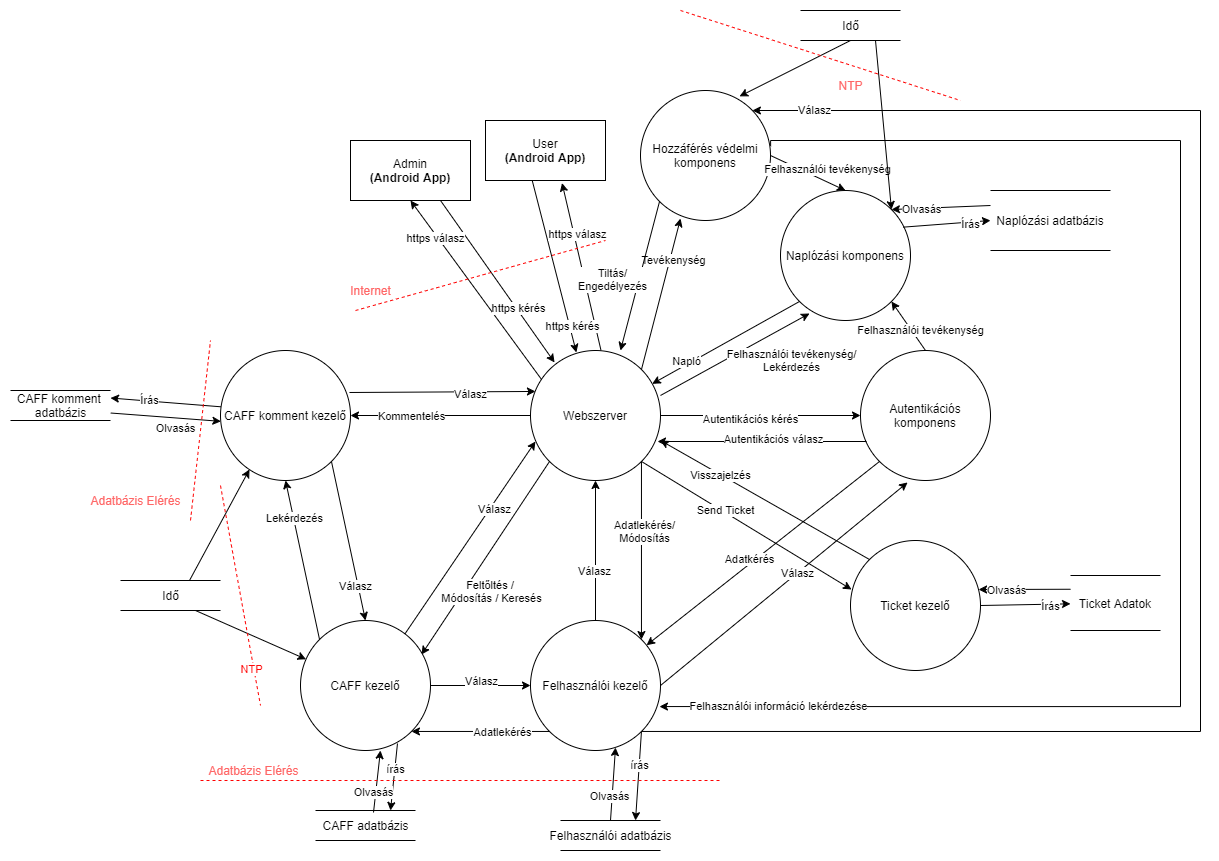
Earlier version of the draw.io export plans/DataFlow.drawio.png (zuper1998/SzamBiztHF). Source tidied: cells renumbered, new cells last; positions are measured from the earlier drawing's top-left corner, leaving out a move shared by most shapes.
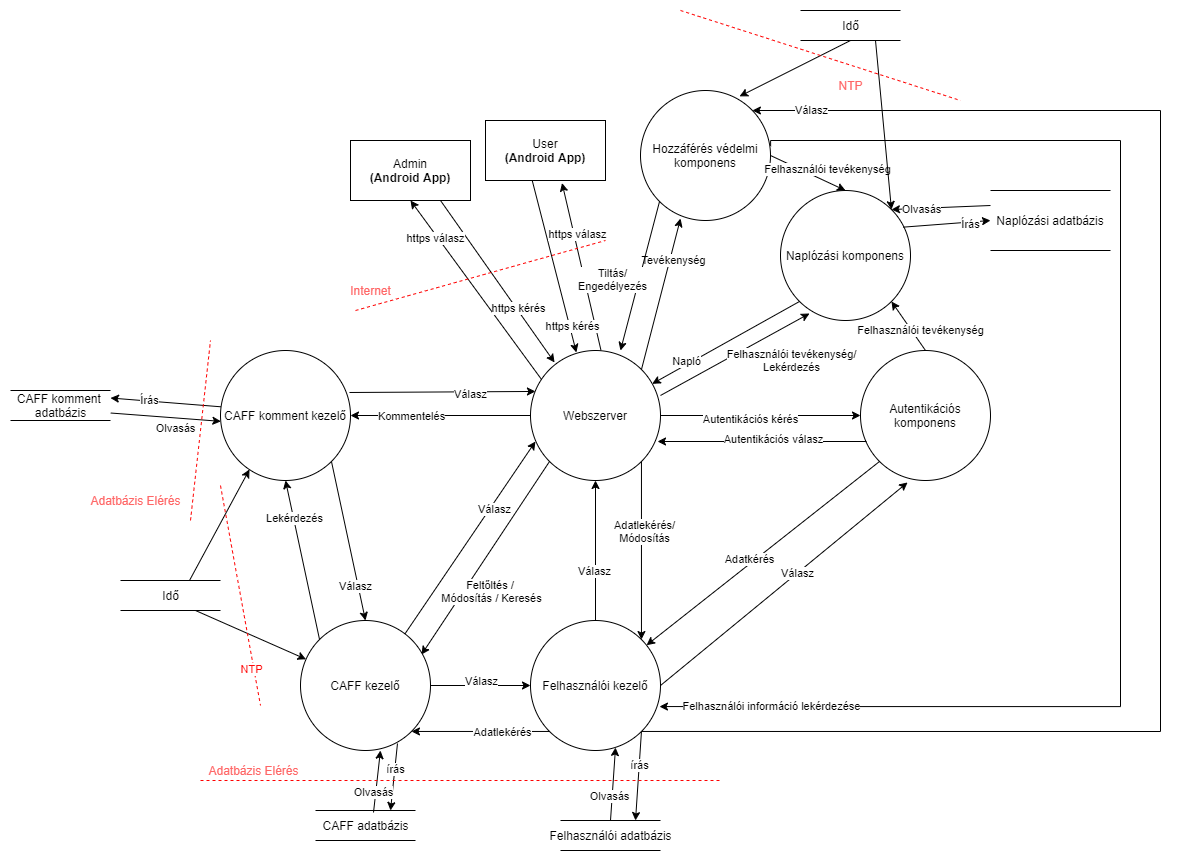
The same diagram one commit later.

The edit, as a diff of the source:
```diff
@@ -6,8 +6,8 @@
       <mxGeometry relative="1" as="geometry">
         <Array as="points">
           <mxPoint x="760" y="130" />
-          <mxPoint x="1170" y="130" />
-          <mxPoint x="1170" y="696" />
+          <mxPoint x="1110" y="130" />
+          <mxPoint x="1110" y="696" />
         </Array>
       </mxGeometry>
     </mxCell>
@@ -64,12 +64,6 @@
         <mxPoint x="24" y="21" as="offset" />
       </mxGeometry>
     </mxCell>
-    <mxCell id="18" style="edgeStyle=none;rounded=0;jettySize=auto;html=1;exitX=1;exitY=1;exitDx=0;exitDy=0;entryX=0.008;entryY=0.377;entryDx=0;entryDy=0;entryPerimeter=0;" parent="1" edge="1" source="20" target="99">
-      <mxGeometry relative="1" as="geometry" />
-    </mxCell>
-    <mxCell id="19" value="Send Ticket" style="edgeLabel;html=1;align=center;verticalAlign=middle;" parent="18" vertex="1">
-      <mxGeometry x="-0.21" y="2" relative="1" as="geometry" />
-    </mxCell>
     <mxCell id="20" value="Webszerver" style="ellipse;whiteSpace=wrap;html=1;" parent="1" vertex="1">
       <mxGeometry x="520" y="340" width="130" height="130" as="geometry" />
     </mxCell>
@@ -149,8 +143,8 @@
     <mxCell id="44" style="edgeStyle=orthogonalEdgeStyle;rounded=0;jettySize=auto;html=1;exitX=1;exitY=1;exitDx=0;exitDy=0;" parent="1" edge="1" source="46" target="4">
       <mxGeometry relative="1" as="geometry">
         <Array as="points">
-          <mxPoint x="1190" y="721" />
-          <mxPoint x="1190" y="100" />
+          <mxPoint x="1150" y="721" />
+          <mxPoint x="1150" y="100" />
         </Array>
       </mxGeometry>
     </mxCell>
@@ -329,32 +323,22 @@
     <mxCell id="94" value="NTP" style="edgeLabel;html=1;align=center;verticalAlign=middle;fontColor=#FF0808;" parent="93" vertex="1">
       <mxGeometry x="0.67" y="-3" relative="1" as="geometry" />
     </mxCell>
-    <mxCell id="95" style="edgeStyle=none;rounded=0;jettySize=auto;html=1;exitX=1;exitY=0.5;exitDx=0;exitDy=0;" parent="1" edge="1" source="99" target="102">
-      <mxGeometry relative="1" as="geometry" />
+    <mxCell id="95" style="edgeStyle=none;rounded=0;jettySize=auto;html=1;exitX=1;exitY=0.5;exitDx=0;exitDy=0;" parent="1" edge="1" target="x">
+      <mxGeometry relative="1" as="geometry">
+        <mxPoint x="970" y="595" as="sourcePoint" />
+      </mxGeometry>
     </mxCell>
     <mxCell id="96" value="Írás" style="edgeLabel;html=1;align=center;verticalAlign=middle;" parent="95" vertex="1">
       <mxGeometry x="0.53" y="-2" relative="1" as="geometry" />
     </mxCell>
-    <mxCell id="97" style="edgeStyle=none;rounded=0;jettySize=auto;html=1;exitX=0;exitY=0;exitDx=0;exitDy=0;entryX=1;entryY=0.692;entryDx=0;entryDy=0;entryPerimeter=0;" parent="1" edge="1" source="99" target="20">
-      <mxGeometry relative="1" as="geometry" />
-    </mxCell>
-    <mxCell id="98" value="Visszajelzés" style="edgeLabel;html=1;align=center;verticalAlign=middle;" parent="97" vertex="1">
-      <mxGeometry x="0.42" y="1" relative="1" as="geometry">
-        <mxPoint y="-1" as="offset" />
-      </mxGeometry>
-    </mxCell>
-    <mxCell id="99" value="Ticket kezelő" style="ellipse;whiteSpace=wrap;html=1;" parent="1" vertex="1">
-      <mxGeometry x="840" y="530" width="130" height="130" as="geometry" />
-    </mxCell>
-    <mxCell id="100" style="edgeStyle=none;rounded=0;jettySize=auto;html=1;exitX=0;exitY=0.25;exitDx=0;exitDy=0;entryX=0.985;entryY=0.377;entryDx=0;entryDy=0;entryPerimeter=0;" parent="1" edge="1" source="102" target="99">
-      <mxGeometry relative="1" as="geometry" />
+    <mxCell id="100" style="edgeStyle=none;rounded=0;jettySize=auto;html=1;exitX=0;exitY=0.25;exitDx=0;exitDy=0;entryX=0.985;entryY=0.377;entryDx=0;entryDy=0;entryPerimeter=0;" parent="1" edge="1" source="x">
+      <mxGeometry relative="1" as="geometry">
+        <mxPoint x="968.1" y="579" as="targetPoint" />
+      </mxGeometry>
     </mxCell>
     <mxCell id="101" value="Olvasás" style="edgeLabel;html=1;align=center;verticalAlign=middle;" parent="100" vertex="1">
       <mxGeometry x="0.41" y="1" relative="1" as="geometry" />
     </mxCell>
-    <mxCell id="102" value="Ticket Adatok" style="shape=partialRectangle;whiteSpace=wrap;html=1;left=0;right=0;fillColor=none;" parent="1" vertex="1">
-      <mxGeometry x="1060" y="565" width="90" height="55" as="geometry" />
-    </mxCell>
     <mxCell id="103" value="Naplózási adatbázis" style="shape=partialRectangle;whiteSpace=wrap;html=1;left=0;right=0;fillColor=none;" parent="1" vertex="1">
       <mxGeometry x="980" y="180" width="120" height="60" as="geometry" />
     </mxCell>
```
